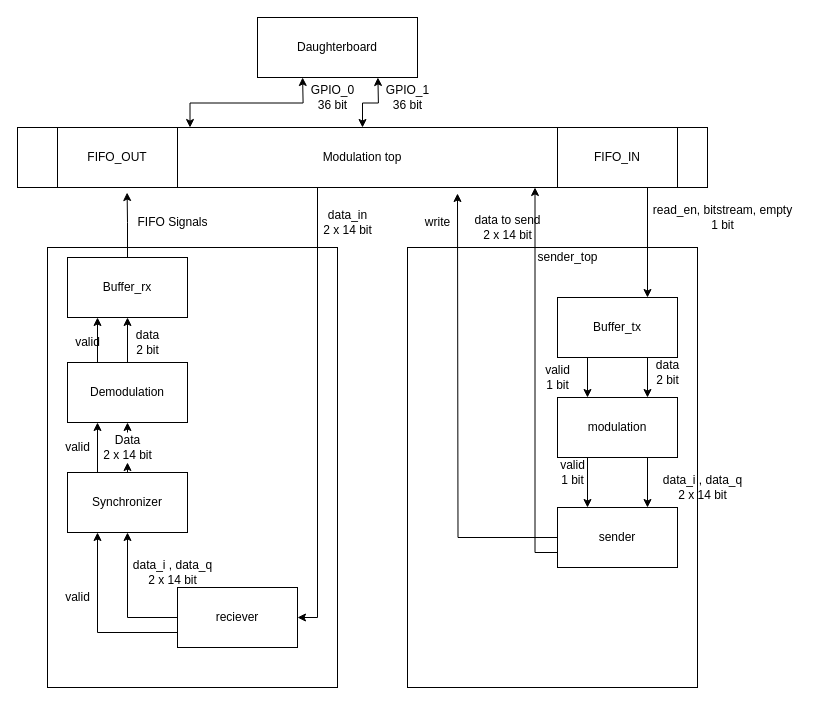
Earlier version of the draw.io diagram fpga_design/schematics/VHDLENTITIES.drawio (S160067/Modulation_DTU). Source tidied: cells renumbered, new cells numbered last; positions are measured from the earlier drawing's top-left corner, leaving out a move shared by most shapes. Both pictures are drawn from the tidied source at 100%, with x=0, y=0 at pixel (17, 17).
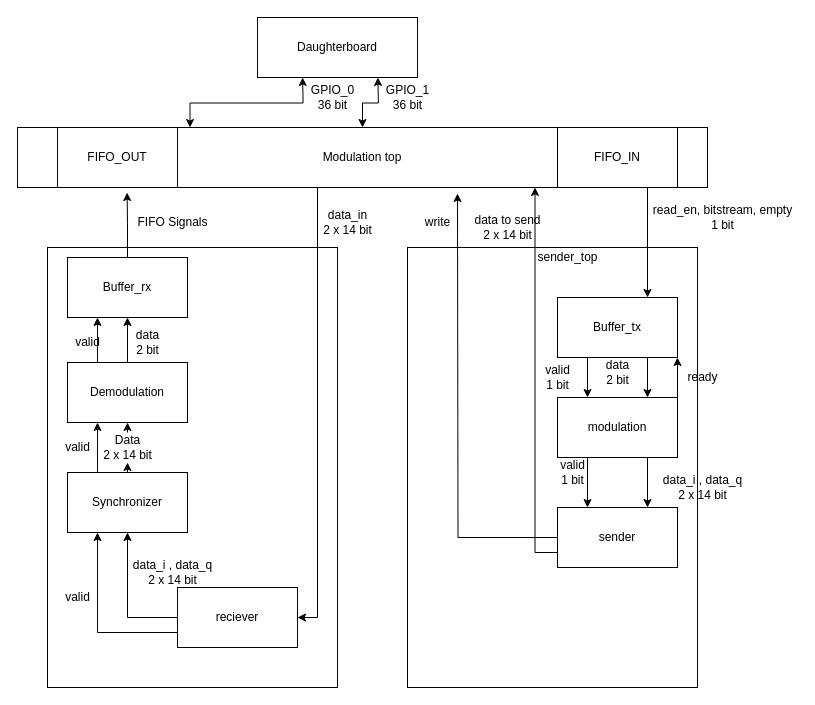
After the change.

Unchanged cells that the change refers to:
```xml
<mxCell id="15" value="Buffer_tx" style="whiteSpace=wrap;html=1;" parent="1" vertex="1">
  <mxGeometry x="540" y="280" width="120" height="60" as="geometry" />
</mxCell>
<mxCell id="19" value="modulation" style="whiteSpace=wrap;html=1;" parent="1" vertex="1">
  <mxGeometry x="540" y="380" width="120" height="60" as="geometry" />
</mxCell>
```

The edit, as a diff of the source:
```diff
@@
     <mxCell id="20" value="data&lt;br&gt;2 bit" style="text;html=1;align=center;verticalAlign=middle;" parent="1" vertex="1">
-      <mxGeometry x="630" y="340" width="40" height="30" as="geometry" />
+      <mxGeometry x="580" y="340" width="40" height="30" as="geometry" />
     </mxCell>
@@
+    <mxCell id="51" style="endArrow=classic;html=1;exitX=1;exitY=0;exitDx=0;exitDy=0;entryX=1;entryY=1;entryDx=0;entryDy=0;" parent="1" edge="1" source="19" target="15">
+      <mxGeometry relative="1" as="geometry" />
+    </mxCell>
+    <mxCell id="52" value="ready" style="text;html=1;align=center;verticalAlign=middle;" parent="1" vertex="1">
+      <mxGeometry x="660" y="350" width="50" height="20" as="geometry" />
+    </mxCell>
```
